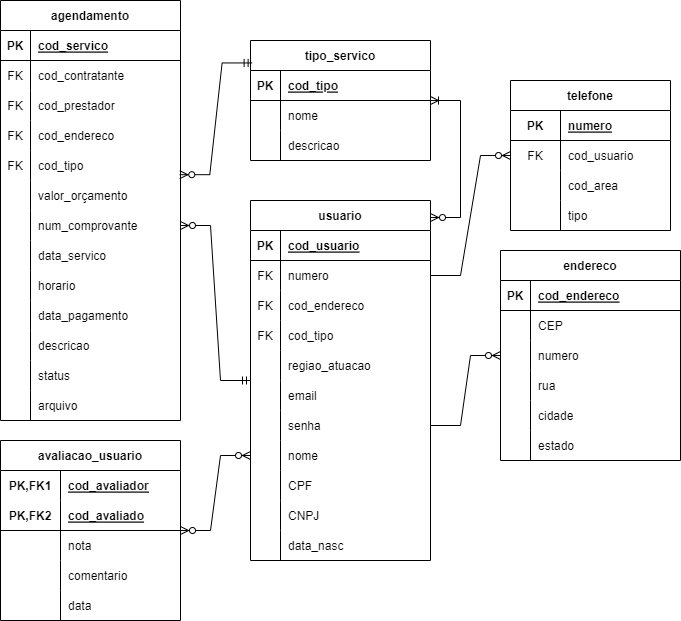
The draw.io diagram assets/dados/ModeloRelacional-ChamaNow.png in ICEI-PUC-Minas-PPLES-TI/plf-es-2022-1-ti2-0924100-chamanow, before a commit. Source tidied: cells renumbered, new cells last; positions are measured from the earlier drawing's top-left corner, leaving out a move shared by most shapes.
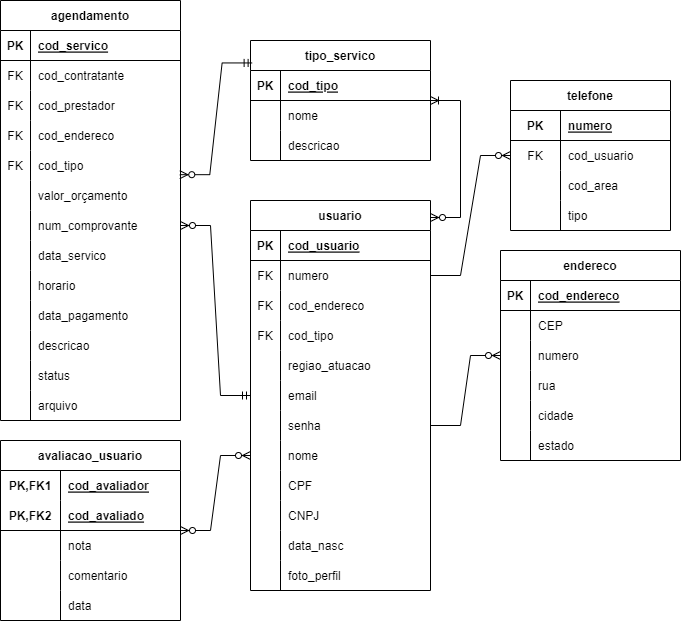
The same file after the commit.

Commit message:
[Update] Adição do atributo 'Foto de Perfil' na tabela Usuario #29

Change to the diagram source:
```diff
@@ -3,7 +3,7 @@
     <mxCell id="0" />
     <mxCell id="1" parent="0" />
     <mxCell id="2" value="usuario" style="shape=table;startSize=30;rowLines=0;fontStyle=1;align=center;" parent="1" vertex="1">
-      <mxGeometry x="250" y="200" width="180" height="360" as="geometry" />
+      <mxGeometry x="250" y="200" width="180" height="390" as="geometry" />
     </mxCell>
     <mxCell id="3" style="shape=tableRow;horizontal=0;startSize=0;swimlaneHead=0;swimlaneBody=0;fillColor=none;top=0;left=0;right=0;bottom=1;" parent="2" vertex="1">
       <mxGeometry y="30" width="180" height="30" as="geometry" />
@@ -104,6 +104,15 @@
     <mxCell id="35" value="data_nasc" style="shape=partialRectangle;fillColor=none;top=0;left=0;bottom=0;right=0;align=left;spacingLeft=6;overflow=hidden;" parent="33" vertex="1">
       <mxGeometry x="30" width="150" height="30" as="geometry" />
     </mxCell>
+    <mxCell id="140" style="shape=tableRow;horizontal=0;startSize=0;swimlaneHead=0;swimlaneBody=0;fillColor=none;top=0;left=0;right=0;bottom=0;" parent="2" vertex="1">
+      <mxGeometry y="360" width="180" height="30" as="geometry" />
+    </mxCell>
+    <mxCell id="141" style="shape=partialRectangle;fillColor=none;top=0;left=0;bottom=0;right=0;overflow=hidden;" parent="140" vertex="1">
+      <mxGeometry width="30" height="30" as="geometry" />
+    </mxCell>
+    <mxCell id="142" value="foto_perfil" style="shape=partialRectangle;fillColor=none;top=0;left=0;bottom=0;right=0;align=left;spacingLeft=6;overflow=hidden;" parent="140" vertex="1">
+      <mxGeometry x="30" width="150" height="30" as="geometry" />
+    </mxCell>
     <mxCell id="36" value="endereco" style="shape=table;startSize=30;rowLines=0;fontStyle=1;align=center;" parent="1" vertex="1">
       <mxGeometry x="500" y="250" width="180" height="210" as="geometry" />
     </mxCell>
```
